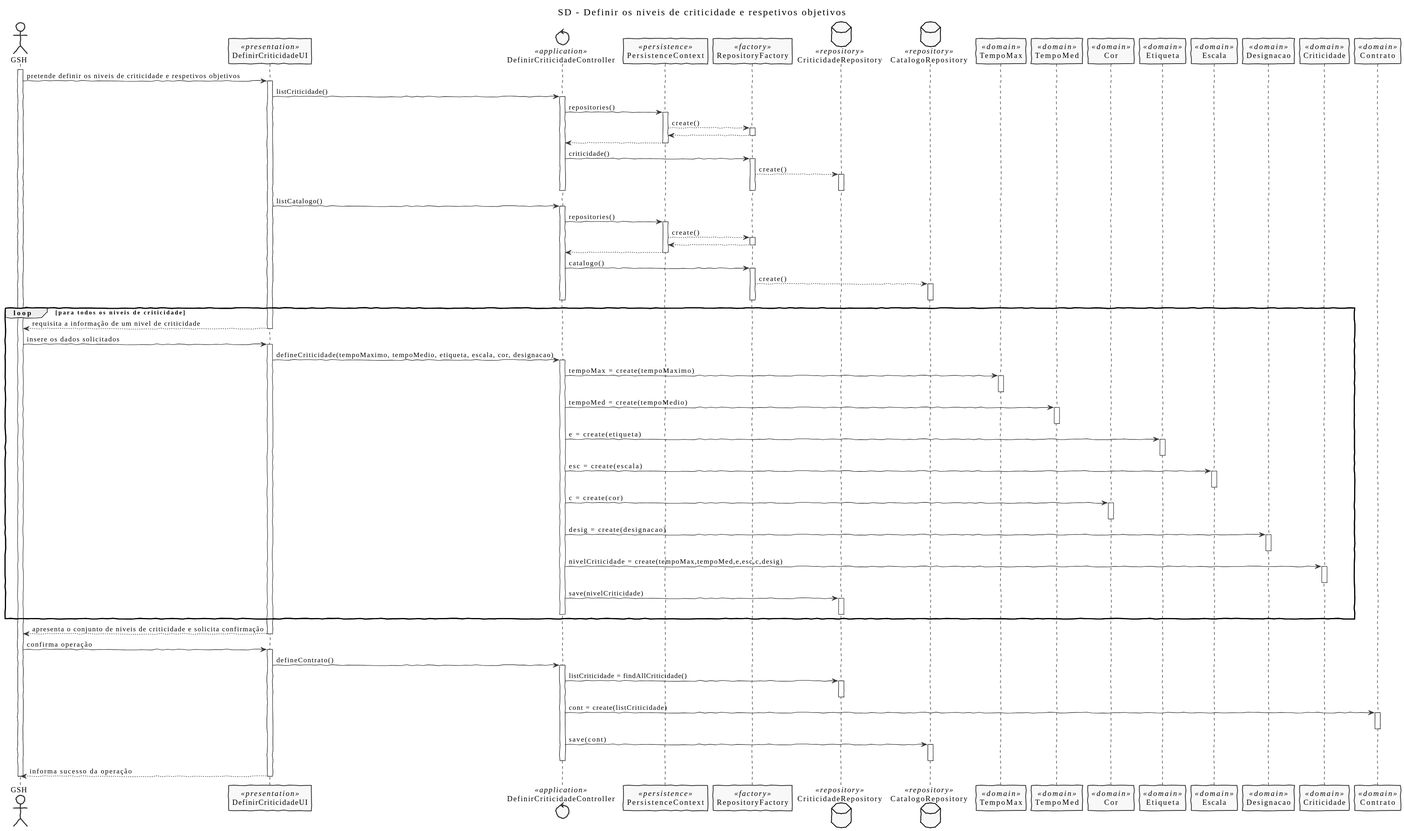
pedrolemos4/LAPR4 keeps this PlantUML diagram as docs/US2010/SD2010.svg. Above is the earlier version.
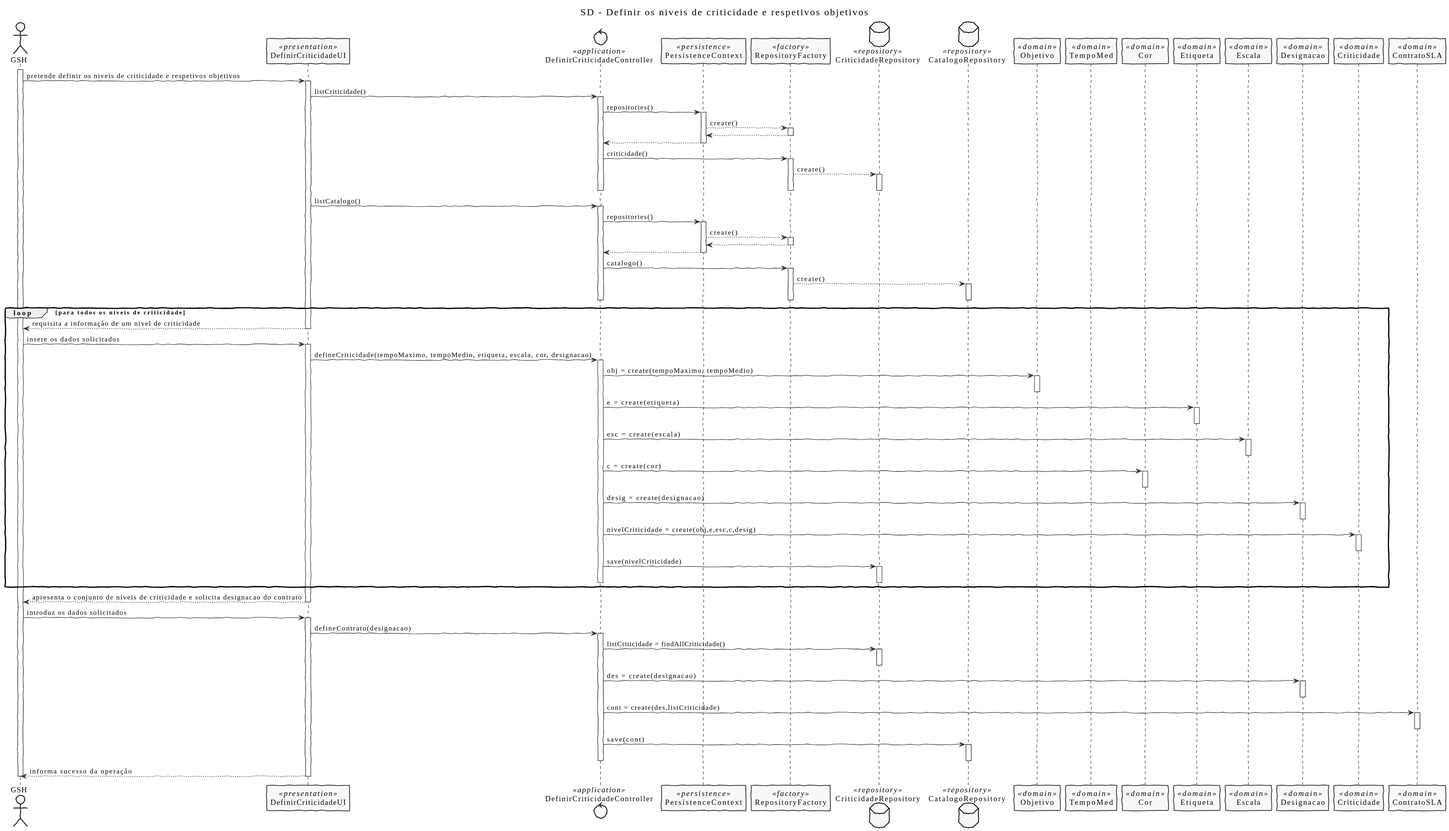
Later version of the same file.

Change to the diagram source:
```diff
@@ -15,14 +15,14 @@
 participant RepositoryFactory as Factory <<factory>>
 database CriticidadeRepository as CRepository <<repository>>
 database CatalogoRepository as Repository <<repository>>
-participant "TempoMax" as TempoMax <<domain>>
+participant "Objetivo" as Objetivo <<domain>>
 participant "TempoMed" as TempoMed <<domain>>
 participant "Cor" as Cor <<domain>>
 participant "Etiqueta" as Etiqueta <<domain>>
 participant "Escala" as Escala <<domain>>
 participant "Designacao" as Designacao <<domain>>
 participant "Criticidade" as Criticidade <<domain>>
-participant "Contrato" as Contrato <<domain>>
+participant "ContratoSLA" as Contrato <<domain>>
 
 
 
@@ -73,12 +73,9 @@
 activate UI
 UI -> Controller:  defineCriticidade(tempoMaximo, tempoMedio, etiqueta, escala, cor, designacao)
     activate Controller
-    Controller -> TempoMax: tempoMax  = create(tempoMaximo)
-        activate TempoMax
-        deactivate TempoMax
-    Controller -> TempoMed: tempoMed  = create(tempoMedio)
-        activate TempoMed
-        deactivate TempoMed
+    Controller -> Objetivo: obj  = create(tempoMaximo, tempoMedio)
+        activate Objetivo
+        deactivate Objetivo
     Controller -> Etiqueta: e  = create(etiqueta)
         activate Etiqueta
         deactivate Etiqueta
@@ -91,7 +88,7 @@
     Controller -> Designacao: desig  = create(designacao)
         activate Designacao
         deactivate Designacao
-    Controller -> Criticidade: nivelCriticidade  = create(tempoMax,tempoMed,e,esc,c,desig)
+    Controller -> Criticidade: nivelCriticidade  = create(obj,e,esc,c,desig)
         activate Criticidade
         deactivate Criticidade
     Controller -> CRepository: save(nivelCriticidade)
@@ -99,16 +96,19 @@
         deactivate CRepository
     deactivate Controller
     end
-UI --> Actor: apresenta o conjunto de niveis de criticidade e solicita confirmação
+UI --> Actor: apresenta o conjunto de niveis de criticidade e solicita designacao do contrato
 deactivate UI
-Actor -> UI: confirma operação
+Actor -> UI: introduz os dados solicitados
 activate UI
-UI -> Controller: defineContrato()
+UI -> Controller: defineContrato(designacao)
     activate Controller
     Controller -> CRepository: listCriticidade = findAllCriticidade()
         activate CRepository
         deactivate CRepository
-    Controller -> Contrato: cont = create(listCriticidade)
+    Controller -> Designacao: des = create(designacao)
+        activate Designacao
+        deactivate Designacao
+    Controller -> Contrato: cont = create(des,listCriticidade)
         activate Contrato
         deactivate Contrato
     Controller -> Repository: save(cont)
```
